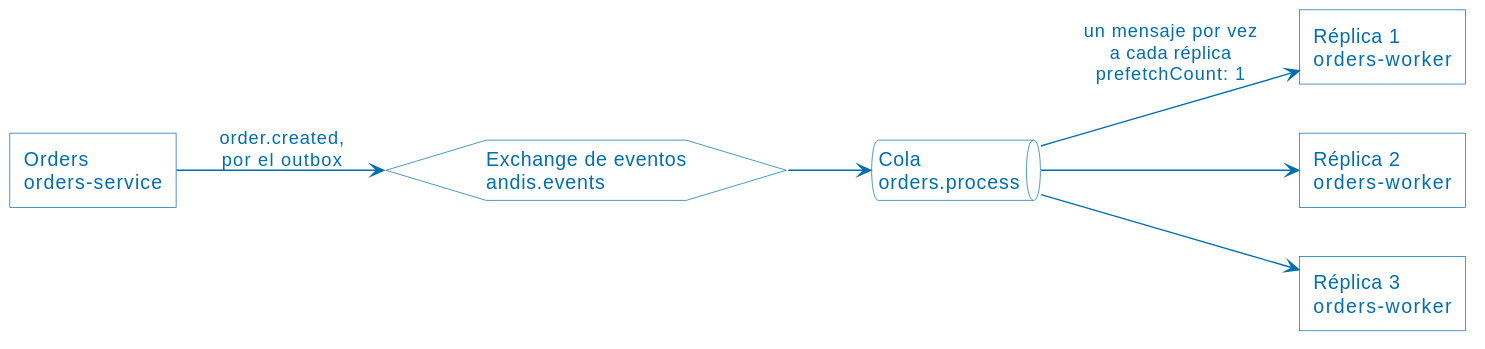
Earlier version of the PlantUML export assets/07-competing-consumers.svg (ucudal/ANDIS2_UT4_DEMO1). Source of this version:
```plantuml
@startuml
!include PlantUML.style
left to right direction
rectangle "Orders\norders-service" as O
hexagon "Exchange de eventos\nandis.events" as X
queue "Cola\norders.process" as Q
rectangle "Réplica 1\norders-worker" as W1
rectangle "Réplica 2\norders-worker" as W2
rectangle "Réplica 3\norders-worker" as W3

O --> X : order.created,\npor el outbox
X --> Q
Q --> W1 : un mensaje por vez\na cada réplica\nprefetchCount: 1
Q --> W2
Q --> W3
@enduml
```
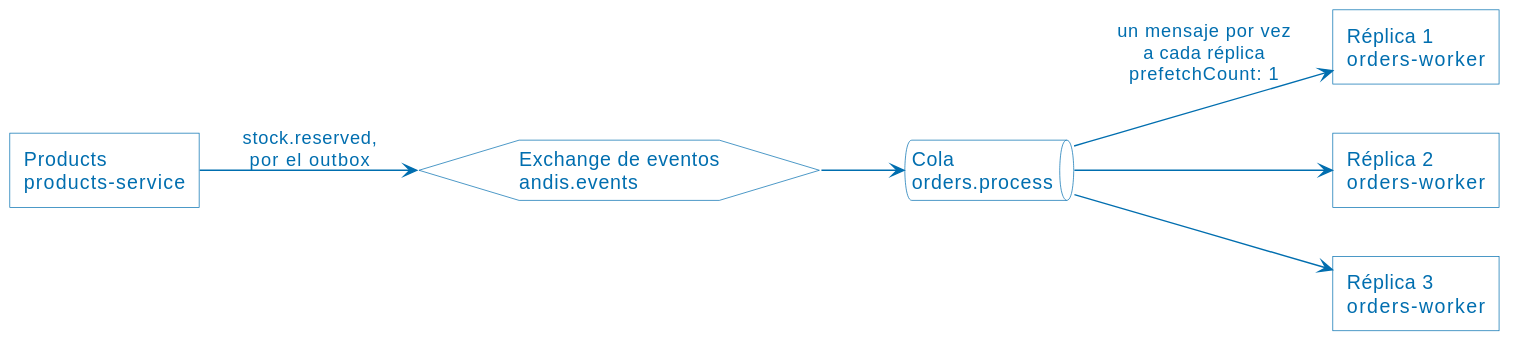
After the commit.

Change to the diagram source:
```diff
@@ -1,14 +1,14 @@
 @startuml
 !include PlantUML.style
 left to right direction
-rectangle "Orders\norders-service" as O
+rectangle "Products\nproducts-service" as O
 hexagon "Exchange de eventos\nandis.events" as X
 queue "Cola\norders.process" as Q
 rectangle "Réplica 1\norders-worker" as W1
 rectangle "Réplica 2\norders-worker" as W2
 rectangle "Réplica 3\norders-worker" as W3
 
-O --> X : order.created,\npor el outbox
+O --> X : stock.reserved,\npor el outbox
 X --> Q
 Q --> W1 : un mensaje por vez\na cada réplica\nprefetchCount: 1
 Q --> W2
```
